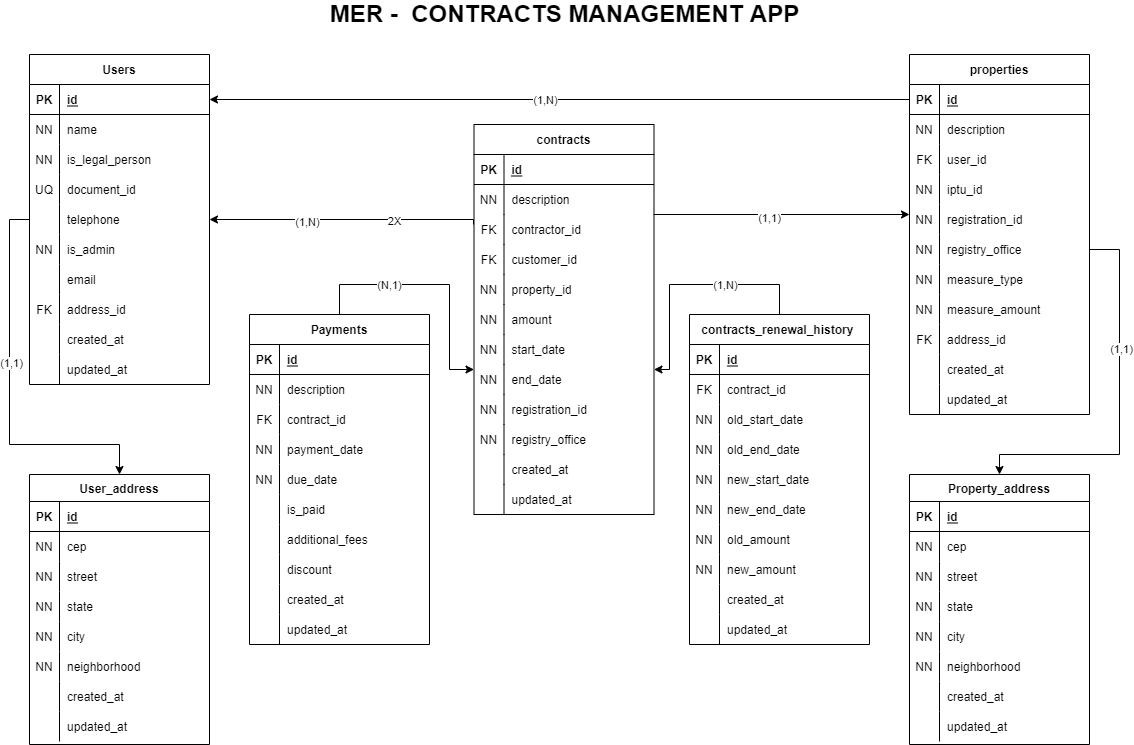
Above: docs/ER_diagram.png in DaniloSouza19/contracts-management-api (draw.io), before the change. Source tidied: cells renumbered, new cells last; positions are measured from the earlier drawing's top-left corner, leaving out a move shared by most shapes.
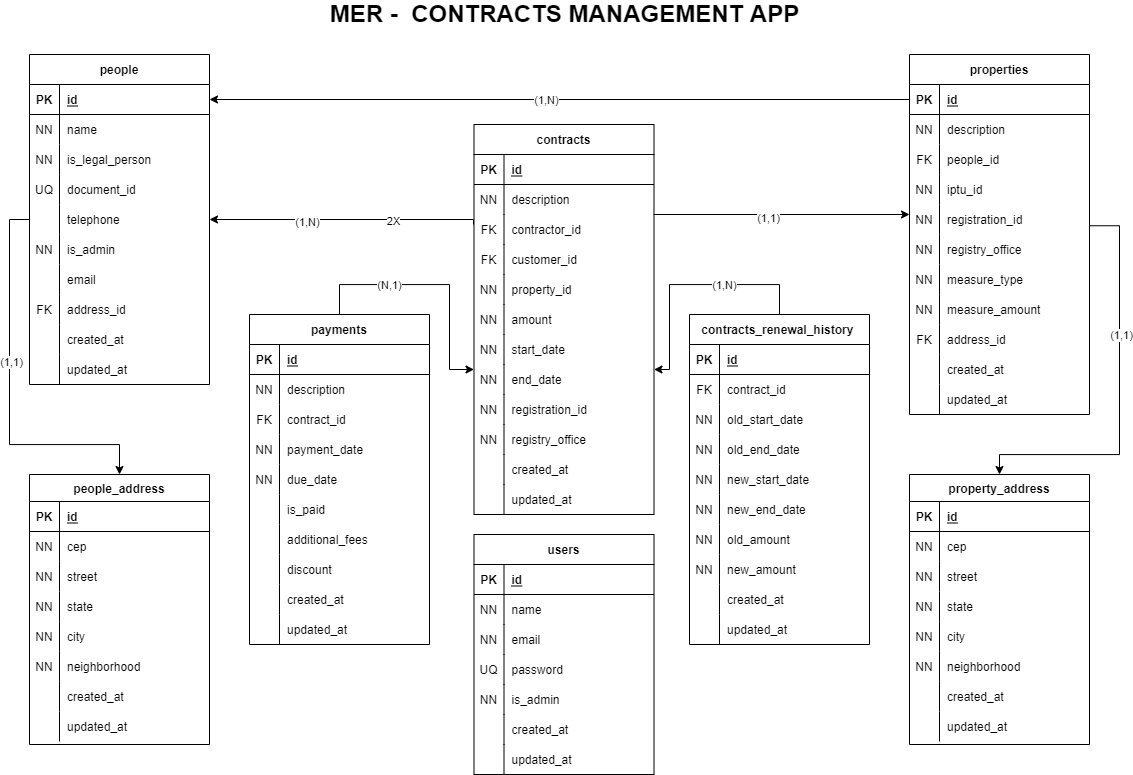
The same file after the commit.

Commit message:
add entity users

Diff of the diagram source:
```diff
@@ -29,7 +29,7 @@
     <mxCell id="10" value="FK" style="shape=partialRectangle;fillColor=none;top=0;left=0;bottom=0;right=0;overflow=hidden;" parent="9" vertex="1">
       <mxGeometry width="30" height="30" as="geometry" />
     </mxCell>
-    <mxCell id="11" value="user_id" style="shape=partialRectangle;fillColor=none;top=0;left=0;bottom=0;right=0;align=left;spacingLeft=6;overflow=hidden;" parent="9" vertex="1">
+    <mxCell id="11" value="people_id" style="shape=partialRectangle;fillColor=none;top=0;left=0;bottom=0;right=0;align=left;spacingLeft=6;overflow=hidden;" parent="9" vertex="1">
       <mxGeometry x="30" width="150" height="30" as="geometry" />
     </mxCell>
     <mxCell id="12" style="shape=partialRectangle;fillColor=none;top=0;left=0;bottom=0;right=0;" parent="2" vertex="1">
@@ -104,7 +104,7 @@
     <mxCell id="35" value="updated_at" style="shape=partialRectangle;fillColor=none;top=0;left=0;bottom=0;right=0;align=left;spacingLeft=6;overflow=hidden;" parent="33" vertex="1">
       <mxGeometry x="30" width="150" height="30" as="geometry" />
     </mxCell>
-    <mxCell id="36" value="Users" style="shape=table;startSize=30;rowLines=0;fontStyle=1;align=center;" parent="1" vertex="1">
+    <mxCell id="36" value="people" style="shape=table;startSize=30;rowLines=0;fontStyle=1;align=center;" parent="1" vertex="1">
       <mxGeometry x="20" y="50" width="180" height="330" as="geometry" />
     </mxCell>
     <mxCell id="37" style="shape=partialRectangle;fillColor=none;top=0;left=0;bottom=1;right=0;points=[[0,0.5],[1,0.5]];portConstraint=eastwest;" parent="36" vertex="1">
@@ -197,7 +197,7 @@
     <mxCell id="66" value="updated_at" style="shape=partialRectangle;fillColor=none;top=0;left=0;bottom=0;right=0;align=left;spacingLeft=6;overflow=hidden;" parent="64" vertex="1">
       <mxGeometry x="30" width="150" height="30" as="geometry" />
     </mxCell>
-    <mxCell id="67" value="User_address" style="shape=table;startSize=27;rowLines=0;fontStyle=1;align=center;" parent="1" vertex="1">
+    <mxCell id="67" value="people_address" style="shape=table;startSize=27;rowLines=0;fontStyle=1;align=center;" parent="1" vertex="1">
       <mxGeometry x="20" y="470" width="180" height="270" as="geometry" />
     </mxCell>
     <mxCell id="68" style="shape=partialRectangle;fillColor=none;top=0;left=0;bottom=1;right=0;" parent="67" vertex="1">
@@ -272,7 +272,7 @@
     <mxCell id="91" value="updated_at" style="shape=partialRectangle;fillColor=none;top=0;left=0;bottom=0;right=0;align=left;spacingLeft=6;overflow=hidden;" parent="89" vertex="1">
       <mxGeometry x="30" width="150" height="30" as="geometry" />
     </mxCell>
-    <mxCell id="92" value="Property_address" style="shape=table;startSize=27;rowLines=0;fontStyle=1;align=center;" parent="1" vertex="1">
+    <mxCell id="92" value="property_address" style="shape=table;startSize=27;rowLines=0;fontStyle=1;align=center;" parent="1" vertex="1">
       <mxGeometry x="900" y="470" width="180" height="270" as="geometry" />
     </mxCell>
     <mxCell id="93" style="shape=partialRectangle;fillColor=none;top=0;left=0;bottom=1;right=0;" parent="92" vertex="1">
@@ -486,7 +486,7 @@
         <mxPoint x="9" y="-5" as="offset" />
       </mxGeometry>
     </mxCell>
-    <mxCell id="159" value="Payments" style="shape=table;startSize=30;rowLines=0;fontStyle=1;align=center;" parent="1" vertex="1">
+    <mxCell id="159" value="payments" style="shape=table;startSize=30;rowLines=0;fontStyle=1;align=center;" parent="1" vertex="1">
       <mxGeometry x="240" y="310" width="180" height="330" as="geometry" />
     </mxCell>
     <mxCell id="160" style="shape=partialRectangle;fillColor=none;top=0;left=0;bottom=1;right=0;" parent="159" vertex="1">
@@ -675,10 +675,10 @@
     <mxCell id="221" value="updated_at" style="shape=partialRectangle;fillColor=none;top=0;left=0;bottom=0;right=0;align=left;spacingLeft=6;overflow=hidden;" parent="219" vertex="1">
       <mxGeometry x="30" width="150" height="30" as="geometry" />
     </mxCell>
-    <mxCell id="222" style="edgeStyle=orthogonalEdgeStyle;rounded=0;jettySize=auto;html=1;exitX=1;exitY=0.5;exitDx=0;exitDy=0;" parent="1" edge="1" source="18" target="92">
+    <mxCell id="222" style="edgeStyle=orthogonalEdgeStyle;rounded=0;jettySize=auto;html=1;exitX=0.999;exitY=0.708;exitDx=0;exitDy=0;exitPerimeter=0;" parent="1" edge="1" source="15" target="92">
       <mxGeometry relative="1" as="geometry">
         <Array as="points">
-          <mxPoint x="1110" y="245" />
+          <mxPoint x="1110" y="221" />
           <mxPoint x="1110" y="450" />
           <mxPoint x="990" y="450" />
         </Array>
@@ -736,5 +736,71 @@
     <mxCell id="232" style="edgeStyle=orthogonalEdgeStyle;rounded=0;orthogonalLoop=1;jettySize=auto;html=1;exitX=0.5;exitY=0;exitDx=0;exitDy=0;entryX=0.5;entryY=0;entryDx=0;entryDy=0;" parent="1" edge="1" source="191" target="191">
       <mxGeometry relative="1" as="geometry" />
     </mxCell>
+    <mxCell id="233" value="users" style="shape=table;startSize=30;rowLines=0;fontStyle=1;align=center;" parent="1" vertex="1">
+      <mxGeometry x="464.5" y="530" width="180" height="240" as="geometry" />
+    </mxCell>
+    <mxCell id="234" style="shape=partialRectangle;fillColor=none;top=0;left=0;bottom=1;right=0;" parent="233" vertex="1">
+      <mxGeometry y="30" width="180" height="30" as="geometry" />
+    </mxCell>
+    <mxCell id="235" value="PK" style="shape=partialRectangle;fillColor=none;top=0;left=0;bottom=0;right=0;fontStyle=1;overflow=hidden;" parent="234" vertex="1">
+      <mxGeometry width="30" height="30" as="geometry" />
+    </mxCell>
+    <mxCell id="236" value="id" style="shape=partialRectangle;fillColor=none;top=0;left=0;bottom=0;right=0;align=left;spacingLeft=6;fontStyle=5;overflow=hidden;" parent="234" vertex="1">
+      <mxGeometry x="30" width="150" height="30" as="geometry" />
+    </mxCell>
+    <mxCell id="237" style="shape=partialRectangle;fillColor=none;top=0;left=0;bottom=0;right=0;" parent="233" vertex="1">
+      <mxGeometry y="60" width="180" height="30" as="geometry" />
+    </mxCell>
+    <mxCell id="238" value="NN" style="shape=partialRectangle;fillColor=none;top=0;left=0;bottom=0;right=0;overflow=hidden;" parent="237" vertex="1">
+      <mxGeometry width="30" height="30" as="geometry" />
+    </mxCell>
+    <mxCell id="239" value="name" style="shape=partialRectangle;fillColor=none;top=0;left=0;bottom=0;right=0;align=left;spacingLeft=6;overflow=hidden;" parent="237" vertex="1">
+      <mxGeometry x="30" width="150" height="30" as="geometry" />
+    </mxCell>
+    <mxCell id="240" style="shape=partialRectangle;fillColor=none;top=0;left=0;bottom=0;right=0;" parent="233" vertex="1">
+      <mxGeometry y="90" width="180" height="30" as="geometry" />
+    </mxCell>
+    <mxCell id="241" value="NN" style="shape=partialRectangle;fillColor=none;top=0;left=0;bottom=0;right=0;overflow=hidden;" parent="240" vertex="1">
+      <mxGeometry width="30" height="30" as="geometry" />
+    </mxCell>
+    <mxCell id="242" value="email" style="shape=partialRectangle;fillColor=none;top=0;left=0;bottom=0;right=0;align=left;spacingLeft=6;overflow=hidden;" parent="240" vertex="1">
+      <mxGeometry x="30" width="150" height="30" as="geometry" />
+    </mxCell>
+    <mxCell id="243" style="shape=partialRectangle;fillColor=none;top=0;left=0;bottom=0;right=0;" parent="233" vertex="1">
+      <mxGeometry y="120" width="180" height="30" as="geometry" />
+    </mxCell>
+    <mxCell id="244" value="UQ" style="shape=partialRectangle;fillColor=none;top=0;left=0;bottom=0;right=0;overflow=hidden;" parent="243" vertex="1">
+      <mxGeometry width="30" height="30" as="geometry" />
+    </mxCell>
+    <mxCell id="245" value="password" style="shape=partialRectangle;fillColor=none;top=0;left=0;bottom=0;right=0;align=left;spacingLeft=6;overflow=hidden;" parent="243" vertex="1">
+      <mxGeometry x="30" width="150" height="30" as="geometry" />
+    </mxCell>
+    <mxCell id="246" style="shape=partialRectangle;fillColor=none;top=0;left=0;bottom=0;right=0;" parent="233" vertex="1">
+      <mxGeometry y="150" width="180" height="30" as="geometry" />
+    </mxCell>
+    <mxCell id="247" value="NN" style="shape=partialRectangle;fillColor=none;top=0;left=0;bottom=0;right=0;overflow=hidden;" parent="246" vertex="1">
+      <mxGeometry width="30" height="30" as="geometry" />
+    </mxCell>
+    <mxCell id="248" value="is_admin" style="shape=partialRectangle;fillColor=none;top=0;left=0;bottom=0;right=0;align=left;spacingLeft=6;overflow=hidden;" parent="246" vertex="1">
+      <mxGeometry x="30" width="150" height="30" as="geometry" />
+    </mxCell>
+    <mxCell id="249" style="shape=partialRectangle;fillColor=none;top=0;left=0;bottom=0;right=0;" parent="233" vertex="1">
+      <mxGeometry y="180" width="180" height="30" as="geometry" />
+    </mxCell>
+    <mxCell id="250" style="shape=partialRectangle;fillColor=none;top=0;left=0;bottom=0;right=0;overflow=hidden;" parent="249" vertex="1">
+      <mxGeometry width="30" height="30" as="geometry" />
+    </mxCell>
+    <mxCell id="251" value="created_at" style="shape=partialRectangle;fillColor=none;top=0;left=0;bottom=0;right=0;align=left;spacingLeft=6;overflow=hidden;" parent="249" vertex="1">
+      <mxGeometry x="30" width="150" height="30" as="geometry" />
+    </mxCell>
+    <mxCell id="252" style="shape=partialRectangle;fillColor=none;top=0;left=0;bottom=0;right=0;" parent="233" vertex="1">
+      <mxGeometry y="210" width="180" height="30" as="geometry" />
+    </mxCell>
+    <mxCell id="253" style="shape=partialRectangle;fillColor=none;top=0;left=0;bottom=0;right=0;overflow=hidden;" parent="252" vertex="1">
+      <mxGeometry width="30" height="30" as="geometry" />
+    </mxCell>
+    <mxCell id="254" value="updated_at" style="shape=partialRectangle;fillColor=none;top=0;left=0;bottom=0;right=0;align=left;spacingLeft=6;overflow=hidden;" parent="252" vertex="1">
+      <mxGeometry x="30" width="150" height="30" as="geometry" />
+    </mxCell>
   </root>
 </mxGraphModel>
```
